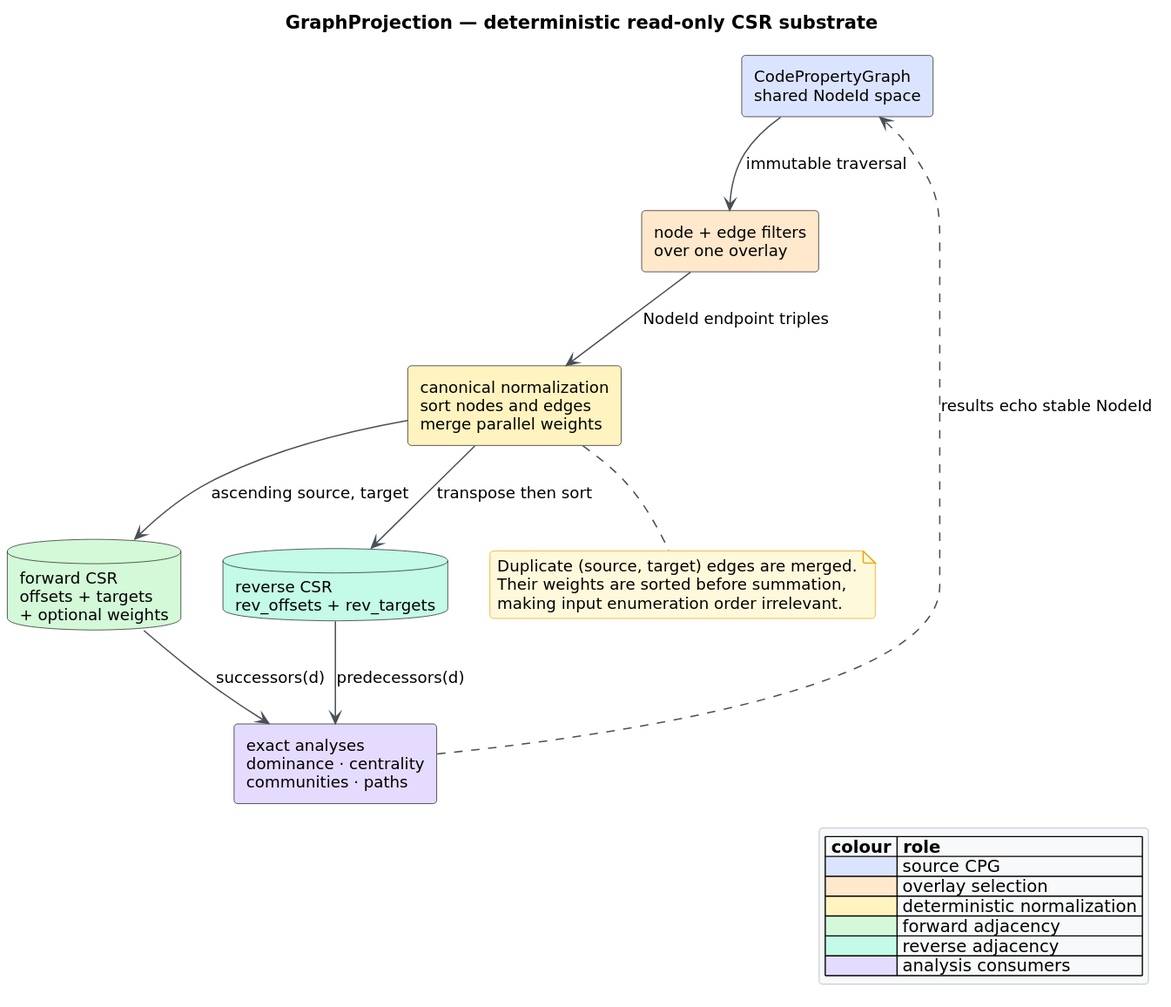
The PlantUML diagram docs/diagrams/projection-csr.svg in vinary-tree/libcpg, before a commit. Its source is kept beside it as docs/diagrams/projection-csr.puml.
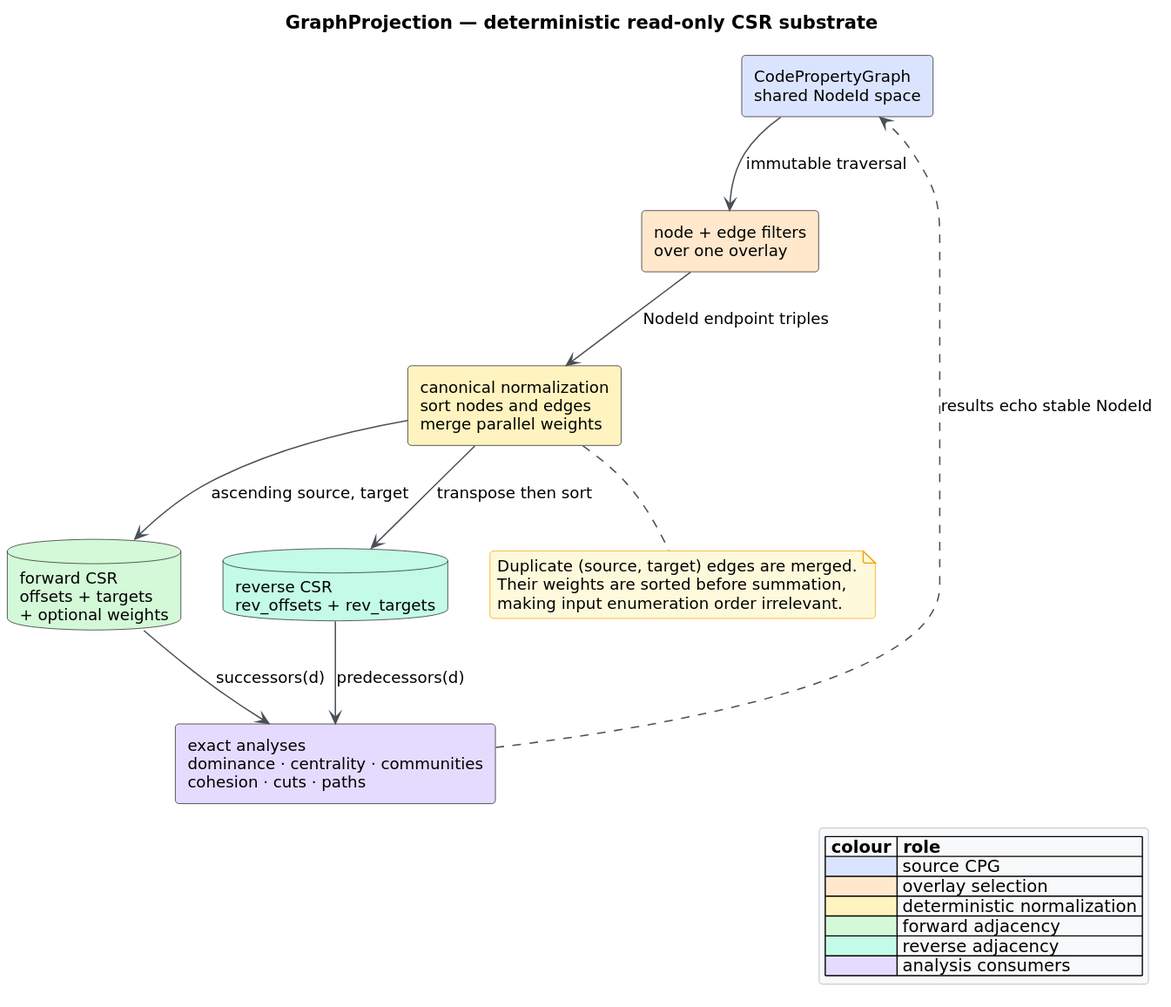
Above is the later version.

Diff of the diagram source:
```diff
@@ -7,7 +7,7 @@
 rectangle "canonical normalization\nsort nodes and edges\nmerge parallel weights" as NORMALIZE #FFF3BF
 database "forward CSR\noffsets + targets\n+ optional weights" as FORWARD #D3F9D8
 database "reverse CSR\nrev_offsets + rev_targets" as REVERSE #C3FAE8
-rectangle "exact analyses\ndominance · centrality\ncommunities · paths" as ANALYSES #E5DBFF
+rectangle "exact analyses\ndominance · centrality · communities\ncohesion · cuts · paths" as ANALYSES #E5DBFF
 
 CPG --> FILTER : immutable traversal
 FILTER --> NORMALIZE : NodeId endpoint triples
```
